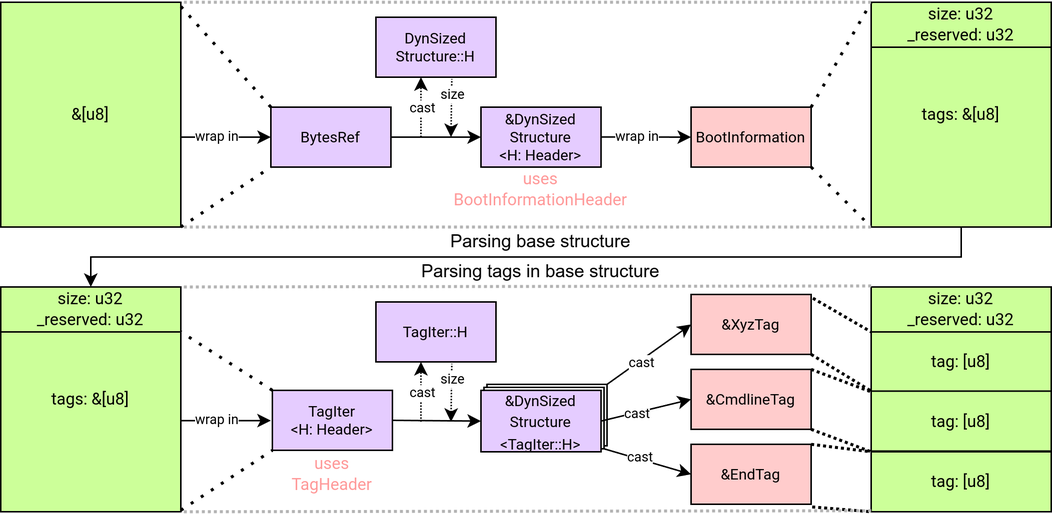
The draw.io diagram multiboot2-common/parsing-flow-specific.drawio.png in rust-osdev/multiboot2, before a commit. Source tidied: cells renumbered, new cells last; positions are measured from the earlier drawing's top-left corner, leaving out a move shared by most shapes.
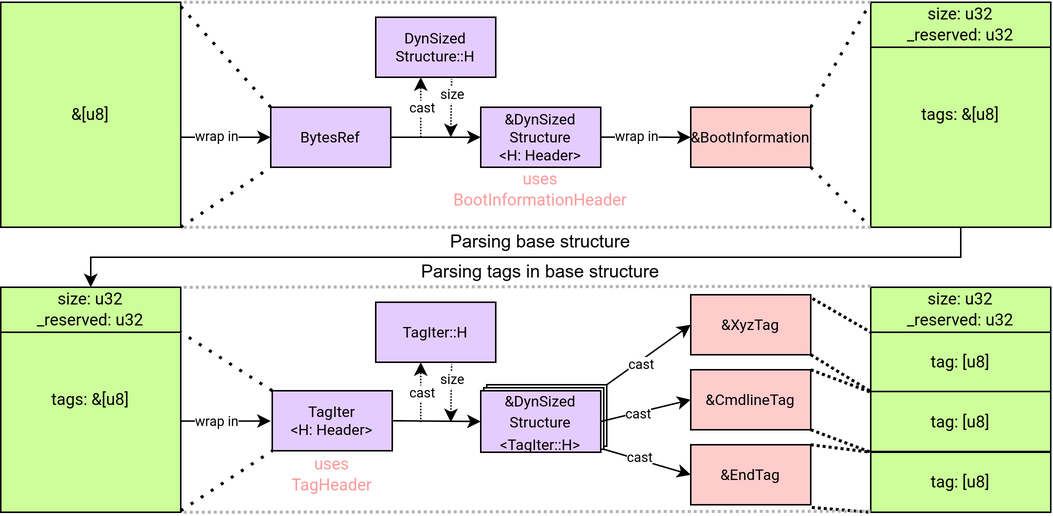
Above is the later version.

Commit message:
multiboot2-common: improve doc

What changed in the source:
```diff
@@ -20,7 +20,7 @@
     <mxCell id="7" value="DynSized&lt;br&gt;Structure::H" style="rounded=0;whiteSpace=wrap;html=1;fontFamily=Roboto;fontSource=https%3A%2F%2Ffonts.googleapis.com%2Fcss%3Ffamily%3DRoboto;fontSize=10;fillColor=#E5CCFF;" parent="1" vertex="1">
       <mxGeometry x="250" y="10" width="80" height="40" as="geometry" />
     </mxCell>
-    <mxCell id="8" value="BootInformation" style="rounded=0;whiteSpace=wrap;html=1;fontFamily=Roboto;fontSource=https%3A%2F%2Ffonts.googleapis.com%2Fcss%3Ffamily%3DRoboto;fontSize=10;fillColor=#FFCCCC;" parent="1" vertex="1">
+    <mxCell id="8" value="&amp;amp;BootInformation" style="rounded=0;whiteSpace=wrap;html=1;fontFamily=Roboto;fontSource=https%3A%2F%2Ffonts.googleapis.com%2Fcss%3Ffamily%3DRoboto;fontSize=10;fillColor=#FFCCCC;" parent="1" vertex="1">
       <mxGeometry x="460" y="70" width="80" height="40" as="geometry" />
     </mxCell>
     <mxCell id="9" style="endArrow=none;dashed=1;html=1;dashPattern=1 3;strokeWidth=2;rounded=0;entryX=0.993;entryY=0.012;entryDx=0;entryDy=0;entryPerimeter=0;exitX=0;exitY=0;exitDx=0;exitDy=0;fontFamily=Roboto;fontSource=https%3A%2F%2Ffonts.googleapis.com%2Fcss%3Ffamily%3DRoboto;" parent="1" edge="1" source="5" target="4">
```
